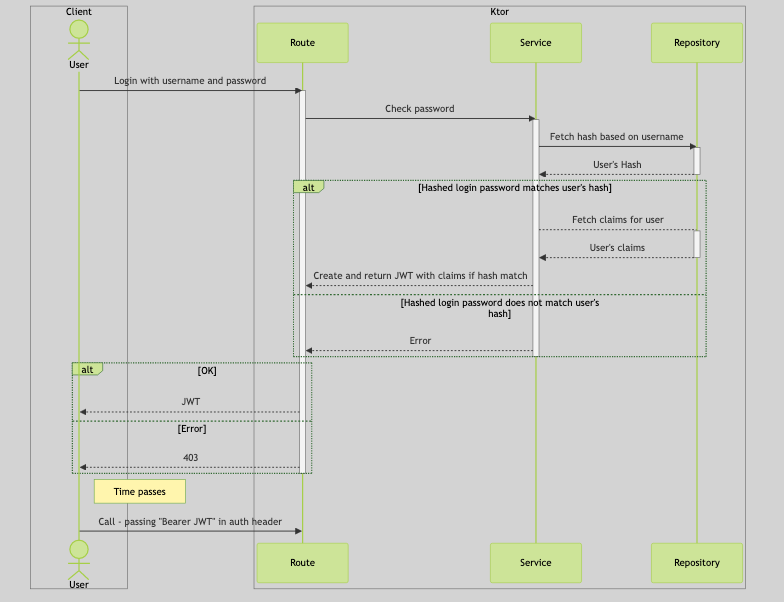
Above: jwt.png in Itera/ktor-workshop (Mermaid), before the change. Its source is kept beside it as jwt.mmd. The source it was exported from:
```mermaid

sequenceDiagram
    box transparent Client
        actor User
    end
    box transparent Ktor
        participant Route
        participant Service
        participant Repository
    end
    User->>Route: Login with username and password
    activate Route
    Route->>Service: Check password
    activate Service
    Service->>Repository: Fetch hash based on username
    activate Repository
    Repository-->>Service: User's Hash
    deactivate Repository
    alt Hashed login password matches user's hash
        Service-->Repository: Fetch claims for user
        activate Repository
        Repository-->>Service: User's claims
        deactivate Repository
        Service-->>Route: Create and return JWT with claims if hash match
    else Hashed login password does not match user's hash
        Service-->>Route: Error
    end
    deactivate Service
    alt OK
        Route-->>User: JWT
    else Error
        Route-->>User: 403
    end

    deactivate Route

    Note right of User: Time passes
    User->>Route: Call - passing "Bearer JWT" in auth header
```
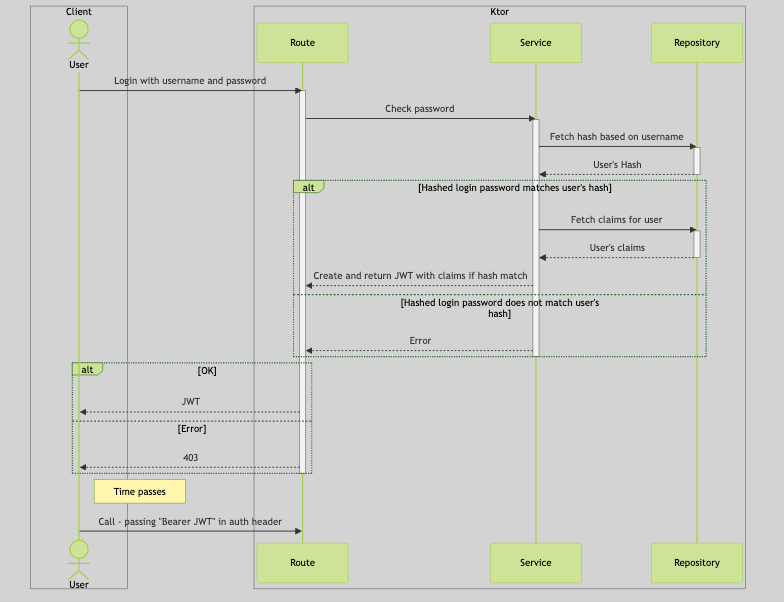
Above is the later version.

Diff of the diagram source:
```diff
@@ -17,7 +17,7 @@
     Repository-->>Service: User's Hash
     deactivate Repository
     alt Hashed login password matches user's hash
-        Service-->Repository: Fetch claims for user
+        Service->>Repository: Fetch claims for user
         activate Repository
         Repository-->>Service: User's claims
         deactivate Repository
```
